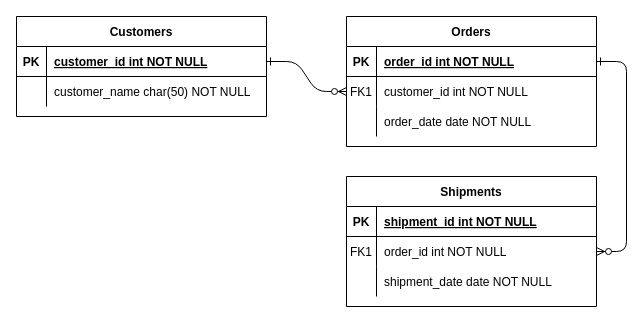
This is Diagrama sem nome.drawio from marcos-renato/SISTEMA-APOIO-ALEITAMENTO-MATERNO-SAAM, a draw.io file, before an edit. Source tidied: cells renumbered, new cells numbered last; positions are measured from the earlier drawing's top-left corner, leaving out a move shared by most shapes. Both pictures are drawn from the tidied source at 100%, with x=0, y=0 at pixel (16, 16).
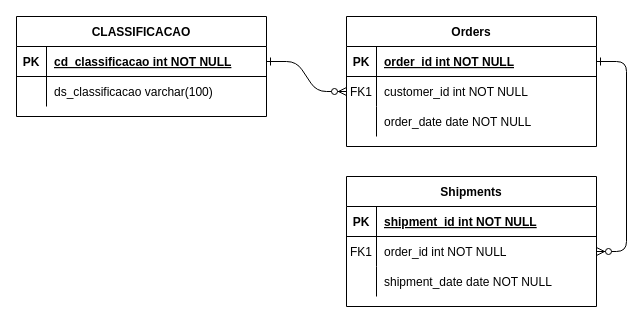
The same diagram, later.

Unchanged cells that the change refers to:
```xml
<mxCell id="25" style="shape=partialRectangle;fillColor=none;points=[[0,0.5],[1,0.5]];portConstraint=eastwest;top=0;left=0;right=0;bottom=1;" parent="24" vertex="1">
  <mxGeometry y="30" width="250" height="30" as="geometry" />
</mxCell>
<mxCell id="28" style="shape=partialRectangle;fillColor=none;top=0;left=0;right=0;bottom=0;" parent="24" vertex="1">
  <mxGeometry y="60" width="250" height="30" as="geometry" />
</mxCell>
```

Change to the diagram source:
```diff
@@
-    <mxCell id="24" value="Customers" style="shape=table;startSize=30;childLayout=tableLayout;rowLines=0;fontStyle=1;align=center;" parent="1" vertex="1">
+    <mxCell id="24" value="CLASSIFICACAO" style="shape=table;startSize=30;childLayout=tableLayout;rowLines=0;fontStyle=1;align=center;" parent="1" vertex="1">
       <mxGeometry width="250" height="100" as="geometry" />
     </mxCell>
@@
-    <mxCell id="27" value="customer_id int NOT NULL " style="shape=partialRectangle;overflow=hidden;fillColor=none;top=0;left=0;bottom=0;right=0;align=left;spacingLeft=6;fontStyle=5;" parent="25" vertex="1">
+    <mxCell id="27" value="cd_classificacao int NOT NULL" style="shape=partialRectangle;overflow=hidden;fillColor=none;top=0;left=0;bottom=0;right=0;align=left;spacingLeft=6;fontStyle=5;" parent="25" vertex="1">
       <mxGeometry x="30" width="220" height="30" as="geometry" />
     </mxCell>
@@
-    <mxCell id="30" value="customer_name char(50) NOT NULL" style="shape=partialRectangle;overflow=hidden;fillColor=none;top=0;left=0;bottom=0;right=0;align=left;spacingLeft=6;" parent="28" vertex="1">
+    <mxCell id="30" value="ds_classificacao varchar(100)" style="shape=partialRectangle;overflow=hidden;fillColor=none;top=0;left=0;bottom=0;right=0;align=left;spacingLeft=6;" parent="28" vertex="1">
       <mxGeometry x="30" width="220" height="30" as="geometry" />
     </mxCell>
```
